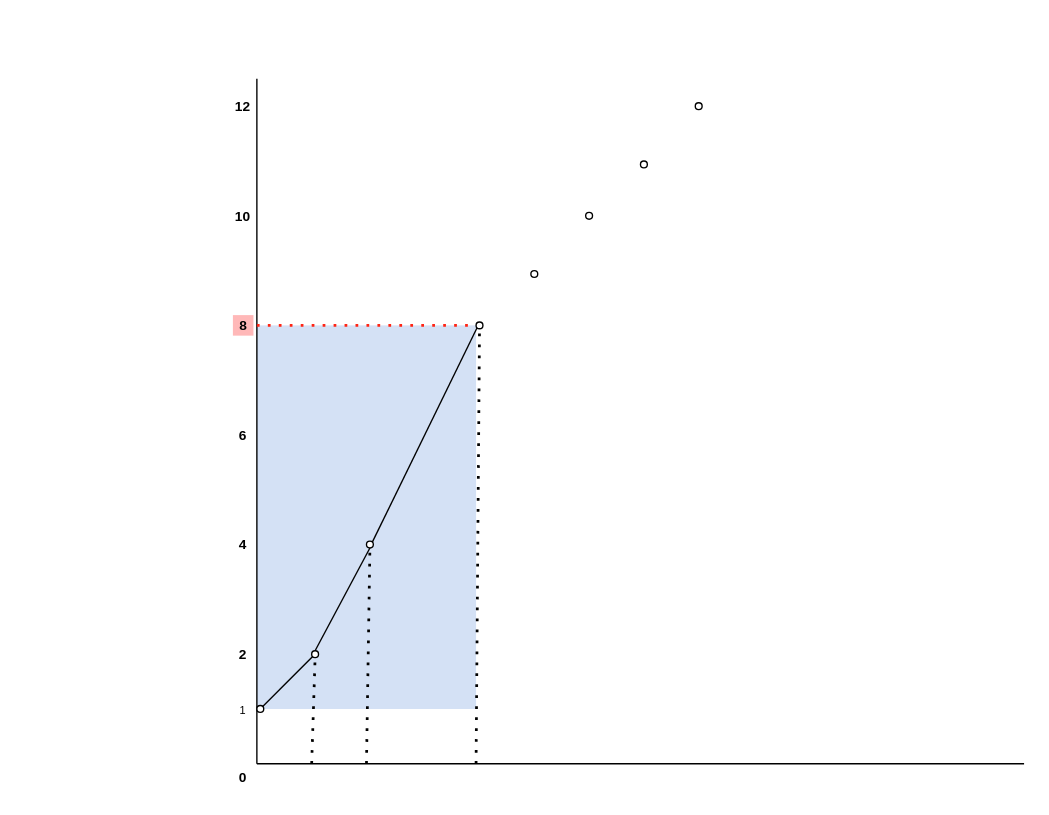
Above: TCP拥塞控制.drawio in wsxzei/markdown-photos (draw.io), before the change. Source tidied: cells renumbered, new cells numbered last; positions are measured from the earlier drawing's top-left corner, leaving out a move shared by most shapes. Both pictures are drawn from the tidied source at 137%, with x=0, y=0 at pixel (215, 78).
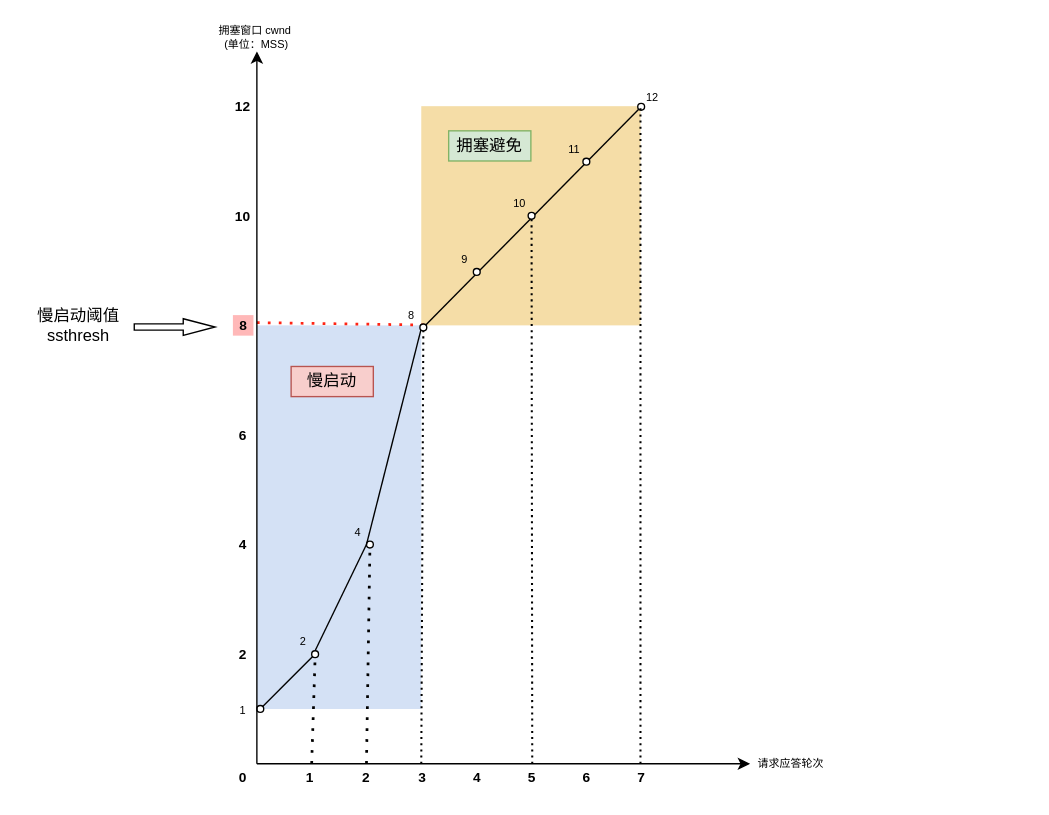
Above is the later version.

Commit message (it also covers changes not shown here):
更新TCP拥塞控制.drawio

The change refers to these unchanged cells:
```xml
<mxCell id="11" value="&lt;font style=&quot;font-size: 10px;&quot;&gt;0&lt;/font&gt;" style="text;html=1;align=center;verticalAlign=middle;whiteSpace=wrap;rounded=0;shadow=0;fontStyle=1;" parent="1" vertex="1">
  <mxGeometry y="500" width="40" height="20" as="geometry" />
</mxCell>
<mxCell id="14" style="ellipse;whiteSpace=wrap;html=1;" parent="1" vertex="1">
  <mxGeometry x="110" y="337.5" width="5" height="5" as="geometry" />
</mxCell>
<mxCell id="20" style="ellipse;whiteSpace=wrap;html=1;" parent="1" vertex="1">
  <mxGeometry x="70" y="417.5" width="5" height="5" as="geometry" />
</mxCell>
```

The edit, as a diff of the source:
```diff
@@
+    <mxCell id="28" style="rounded=0;whiteSpace=wrap;html=1;fillColor=#F5DDA7;strokeColor=none;shadow=0;" parent="1" vertex="1">
+      <mxGeometry x="150" y="20" width="160" height="160" as="geometry" />
+    </mxCell>
+    <mxCell id="29" style="endArrow=none;html=1;rounded=0;entryX=0;entryY=1;entryDx=0;entryDy=0;exitX=1;exitY=0;exitDx=0;exitDy=0;" parent="1" edge="1" source="31" target="19">
+      <mxGeometry relative="1" as="geometry" />
+    </mxCell>
     <mxCell id="2" style="rounded=0;whiteSpace=wrap;html=1;fillColor=#D4E1F5;strokeColor=none;shadow=0;" parent="1" vertex="1">
-      <mxGeometry x="30" y="180" width="160" height="280" as="geometry" />
+      <mxGeometry x="30" y="180" width="120" height="280" as="geometry" />
     </mxCell>
-    <mxCell id="3" style="endArrow=none;html=1;rounded=0;" parent="1" edge="1">
-      <mxGeometry relative="1" as="geometry">
-        <mxPoint x="30" y="500" as="sourcePoint" />
-        <mxPoint x="30" as="targetPoint" />
-      </mxGeometry>
-    </mxCell>
@@
-    <mxCell id="12" style="endArrow=none;html=1;rounded=0;exitX=0.75;exitY=0;exitDx=0;exitDy=0;" parent="1" edge="1" source="11">
-      <mxGeometry relative="1" as="geometry">
-        <mxPoint x="590" y="500" as="targetPoint" />
-      </mxGeometry>
-    </mxCell>
@@
-    <mxCell id="15" style="ellipse;whiteSpace=wrap;html=1;" parent="1" vertex="1">
-      <mxGeometry x="190" y="177.5" width="5" height="5" as="geometry" />
-    </mxCell>
     <mxCell id="16" style="ellipse;whiteSpace=wrap;html=1;" parent="1" vertex="1">
-      <mxGeometry x="230" y="140" width="5" height="5" as="geometry" />
+      <mxGeometry x="188" y="138.5" width="5" height="5" as="geometry" />
     </mxCell>
-    <mxCell id="17" style="ellipse;whiteSpace=wrap;html=1;" parent="1" vertex="1">
-      <mxGeometry x="270" y="97.5" width="5" height="5" as="geometry" />
-    </mxCell>
     <mxCell id="18" style="ellipse;whiteSpace=wrap;html=1;" parent="1" vertex="1">
-      <mxGeometry x="310" y="60" width="5" height="5" as="geometry" />
+      <mxGeometry x="268" y="58" width="5" height="5" as="geometry" />
     </mxCell>
     <mxCell id="19" style="ellipse;whiteSpace=wrap;html=1;" parent="1" vertex="1">
-      <mxGeometry x="350" y="17.5" width="5" height="5" as="geometry" />
+      <mxGeometry x="308" y="18" width="5" height="5" as="geometry" />
     </mxCell>
@@
-    <mxCell id="21" style="endArrow=none;html=1;rounded=0;entryX=0.5;entryY=1;entryDx=0;entryDy=0;exitX=0.5;exitY=0;exitDx=0;exitDy=0;" parent="1" edge="1" source="20" target="14">
-      <mxGeometry relative="1" as="geometry" />
+    <mxCell id="21" style="endArrow=none;html=1;rounded=0;exitX=0.5;exitY=0;exitDx=0;exitDy=0;" parent="1" edge="1" source="20">
+      <mxGeometry relative="1" as="geometry">
+        <mxPoint x="110" y="340" as="targetPoint" />
+      </mxGeometry>
     </mxCell>
-    <mxCell id="22" style="endArrow=none;html=1;rounded=0;entryX=0;entryY=1;entryDx=0;entryDy=0;exitX=1;exitY=0;exitDx=0;exitDy=0;" parent="1" edge="1" source="14" target="15">
-      <mxGeometry relative="1" as="geometry" />
-    </mxCell>
@@
-    <mxCell id="25" style="endArrow=none;dashed=1;html=1;dashPattern=1 3;strokeWidth=2;rounded=0;entryX=0.5;entryY=1;entryDx=0;entryDy=0;" parent="1" edge="1" target="15">
-      <mxGeometry relative="1" as="geometry">
-        <mxPoint x="190" y="500" as="sourcePoint" />
-      </mxGeometry>
-    </mxCell>
@@
-    <mxCell id="27" style="endArrow=none;dashed=1;html=1;dashPattern=1 3;strokeWidth=2;rounded=0;entryX=1;entryY=0;entryDx=0;entryDy=0;fillColor=#FF2414;strokeColor=#FF2414;" parent="1" edge="1" target="2">
-      <mxGeometry relative="1" as="geometry">
-        <mxPoint x="30" y="180" as="sourcePoint" />
-      </mxGeometry>
-    </mxCell>
+    <mxCell id="30" style="endArrow=none;dashed=1;html=1;dashPattern=1 3;strokeWidth=2;rounded=0;entryX=1;entryY=0;entryDx=0;entryDy=0;fillColor=#FF2414;strokeColor=#FF2414;" parent="1" edge="1" target="31">
+      <mxGeometry relative="1" as="geometry">
+        <mxPoint x="30" y="178" as="sourcePoint" />
+      </mxGeometry>
+    </mxCell>
+    <mxCell id="31" style="ellipse;whiteSpace=wrap;html=1;" parent="1" vertex="1">
+      <mxGeometry x="149" y="179" width="5" height="5" as="geometry" />
+    </mxCell>
+    <mxCell id="32" style="endArrow=none;html=1;rounded=0;entryX=0;entryY=1;entryDx=0;entryDy=0;exitX=0;exitY=0.5;exitDx=0;exitDy=0;exitPerimeter=0;" parent="1" edge="1" source="14" target="31">
+      <mxGeometry relative="1" as="geometry" />
+    </mxCell>
+    <mxCell id="17" style="ellipse;whiteSpace=wrap;html=1;" parent="1" vertex="1">
+      <mxGeometry x="228" y="97.5" width="5" height="5" as="geometry" />
+    </mxCell>
+    <mxCell id="33" style="endArrow=none;html=1;strokeWidth=1.5;rounded=0;dashed=1;dashPattern=1 2;entryX=0.5;entryY=1;entryDx=0;entryDy=0;" parent="1" edge="1" target="31">
+      <mxGeometry relative="1" as="geometry">
+        <mxPoint x="150" y="500" as="sourcePoint" />
+      </mxGeometry>
+    </mxCell>
+    <mxCell id="34" style="endArrow=none;html=1;strokeWidth=1.5;rounded=0;dashed=1;dashPattern=1 2;entryX=0.5;entryY=1;entryDx=0;entryDy=0;" parent="1" edge="1" target="17">
+      <mxGeometry relative="1" as="geometry">
+        <mxPoint x="231" y="500" as="sourcePoint" />
+      </mxGeometry>
+    </mxCell>
+    <mxCell id="35" style="endArrow=none;html=1;strokeWidth=1.5;rounded=0;dashed=1;dashPattern=1 2;entryX=1;entryY=0;entryDx=0;entryDy=0;" parent="1" edge="1" target="28">
+      <mxGeometry relative="1" as="geometry">
+        <mxPoint x="310" y="500" as="sourcePoint" />
+      </mxGeometry>
+    </mxCell>
+    <mxCell id="36" value="&lt;font style=&quot;font-size: 10px;&quot;&gt;1&lt;/font&gt;" style="text;html=1;align=center;verticalAlign=middle;whiteSpace=wrap;rounded=0;shadow=0;fontStyle=1;" parent="1" vertex="1">
+      <mxGeometry x="57.5" y="500" width="22" height="20" as="geometry" />
+    </mxCell>
+    <mxCell id="37" value="&lt;font style=&quot;font-size: 10px;&quot;&gt;2&lt;/font&gt;" style="text;html=1;align=center;verticalAlign=middle;whiteSpace=wrap;rounded=0;shadow=0;fontStyle=1;" parent="1" vertex="1">
+      <mxGeometry x="99" y="500" width="22" height="20" as="geometry" />
+    </mxCell>
+    <mxCell id="38" value="&lt;font style=&quot;font-size: 10px;&quot;&gt;3&lt;/font&gt;" style="text;html=1;align=center;verticalAlign=middle;whiteSpace=wrap;rounded=0;shadow=0;fontStyle=1;" parent="1" vertex="1">
+      <mxGeometry x="140" y="500" width="22" height="20" as="geometry" />
+    </mxCell>
+    <mxCell id="39" value="&lt;font style=&quot;font-size: 10px;&quot;&gt;4&lt;/font&gt;" style="text;html=1;align=center;verticalAlign=middle;whiteSpace=wrap;rounded=0;shadow=0;fontStyle=1;" parent="1" vertex="1">
+      <mxGeometry x="179.5" y="500" width="22" height="20" as="geometry" />
+    </mxCell>
+    <mxCell id="40" value="&lt;font style=&quot;font-size: 10px;&quot;&gt;5&lt;/font&gt;" style="text;html=1;align=center;verticalAlign=middle;whiteSpace=wrap;rounded=0;shadow=0;fontStyle=1;" parent="1" vertex="1">
+      <mxGeometry x="219.5" y="500" width="22" height="20" as="geometry" />
+    </mxCell>
+    <mxCell id="41" value="&lt;font style=&quot;font-size: 10px;&quot;&gt;6&lt;/font&gt;" style="text;html=1;align=center;verticalAlign=middle;whiteSpace=wrap;rounded=0;shadow=0;fontStyle=1;" parent="1" vertex="1">
+      <mxGeometry x="259.5" y="500" width="22" height="20" as="geometry" />
+    </mxCell>
+    <mxCell id="42" value="&lt;font style=&quot;font-size: 10px;&quot;&gt;7&lt;/font&gt;" style="text;html=1;align=center;verticalAlign=middle;whiteSpace=wrap;rounded=0;shadow=0;fontStyle=1;" parent="1" vertex="1">
+      <mxGeometry x="299.5" y="500" width="22" height="20" as="geometry" />
+    </mxCell>
+    <mxCell id="43" value="拥塞避免" style="rounded=0;whiteSpace=wrap;html=1;fillColor=#d5e8d4;strokeColor=#82b366;" parent="1" vertex="1">
+      <mxGeometry x="170" y="38" width="60" height="22" as="geometry" />
+    </mxCell>
+    <mxCell id="44" value="慢启动" style="rounded=0;whiteSpace=wrap;html=1;fillColor=#f8cecc;strokeColor=#b85450;" parent="1" vertex="1">
+      <mxGeometry x="55" y="210" width="60" height="22" as="geometry" />
+    </mxCell>
+    <mxCell id="45" value="慢启动阈值&lt;div&gt;ssthresh&lt;/div&gt;" style="rounded=0;whiteSpace=wrap;html=1;strokeColor=none;" parent="1" vertex="1">
+      <mxGeometry x="-140" y="169" width="80" height="22" as="geometry" />
+    </mxCell>
+    <mxCell id="46" style="shape=flexArrow;endArrow=classic;html=1;rounded=0;width=4.571428571428571;endSize=7.417142857142857;endWidth=6.530612244897959;" parent="1" edge="1">
+      <mxGeometry relative="1" as="geometry">
+        <mxPoint x="-60" y="181.2" as="sourcePoint" />
+        <mxPoint y="181.2" as="targetPoint" />
+      </mxGeometry>
+    </mxCell>
+    <mxCell id="47" style="endArrow=classic;html=1;rounded=0;exitX=0.75;exitY=0;exitDx=0;exitDy=0;" parent="1" edge="1" source="11">
+      <mxGeometry relative="1" as="geometry">
+        <mxPoint x="390" y="500" as="targetPoint" />
+      </mxGeometry>
+    </mxCell>
+    <mxCell id="48" style="endArrow=classic;html=1;rounded=0;exitX=0.75;exitY=0;exitDx=0;exitDy=0;" parent="1" edge="1" source="11">
+      <mxGeometry relative="1" as="geometry">
+        <mxPoint x="30" y="-20" as="targetPoint" />
+      </mxGeometry>
+    </mxCell>
+    <mxCell id="49" value="请求应答轮次" style="text;html=1;align=center;verticalAlign=middle;whiteSpace=wrap;rounded=0;fontSize=8;" parent="1" vertex="1">
+      <mxGeometry x="390" y="490" width="60" height="20" as="geometry" />
+    </mxCell>
+    <mxCell id="50" value="拥塞窗口 cwnd&amp;nbsp;&lt;div&gt;(单位：MSS)&lt;/div&gt;" style="text;html=1;align=center;verticalAlign=middle;whiteSpace=wrap;rounded=0;labelBorderColor=none;fontSize=8;strokeWidth=0;strokeColor=none;" parent="1" vertex="1">
+      <mxGeometry x="-10" y="-40" width="80" height="20" as="geometry" />
+    </mxCell>
+    <mxCell id="51" value="11" style="text;html=1;align=center;verticalAlign=middle;whiteSpace=wrap;rounded=0;fontSize=8;" parent="1" vertex="1">
+      <mxGeometry x="251" y="45" width="22" height="13" as="geometry" />
+    </mxCell>
+    <mxCell id="52" value="9" style="text;html=1;align=center;verticalAlign=middle;whiteSpace=wrap;rounded=0;fontSize=8;" parent="1" vertex="1">
+      <mxGeometry x="171" y="125.5" width="22" height="13" as="geometry" />
+    </mxCell>
+    <mxCell id="53" value="10" style="text;html=1;align=center;verticalAlign=middle;whiteSpace=wrap;rounded=0;fontSize=8;" parent="1" vertex="1">
+      <mxGeometry x="211" y="84.5" width="22" height="13" as="geometry" />
+    </mxCell>
+    <mxCell id="54" value="12" style="text;html=1;align=center;verticalAlign=middle;whiteSpace=wrap;rounded=0;fontSize=8;" parent="1" vertex="1">
+      <mxGeometry x="308" y="7" width="22" height="13" as="geometry" />
+    </mxCell>
+    <mxCell id="55" value="4" style="text;html=1;align=center;verticalAlign=middle;whiteSpace=wrap;rounded=0;fontSize=8;" parent="1" vertex="1">
+      <mxGeometry x="93" y="324.5" width="22" height="13" as="geometry" />
+    </mxCell>
+    <mxCell id="56" value="2" style="text;html=1;align=center;verticalAlign=middle;whiteSpace=wrap;rounded=0;fontSize=8;" parent="1" vertex="1">
+      <mxGeometry x="53" y="404.5" width="22" height="13" as="geometry" />
+    </mxCell>
+    <mxCell id="57" value="8" style="text;html=1;align=center;verticalAlign=middle;whiteSpace=wrap;rounded=0;fontSize=8;" parent="1" vertex="1">
+      <mxGeometry x="132" y="166" width="22" height="13" as="geometry" />
+    </mxCell>
```
